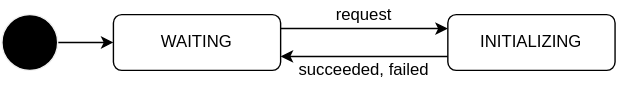
tier4/autoware-documentation keeps this draw.io diagram as pr-7/design/autoware-interfaces/ad-api/data/pose-initialization-state.drawio.svg. Above is the earlier version. Source tidied: cells renumbered, new cells last; positions are measured from the earlier drawing's top-left corner, leaving out a move shared by most shapes.
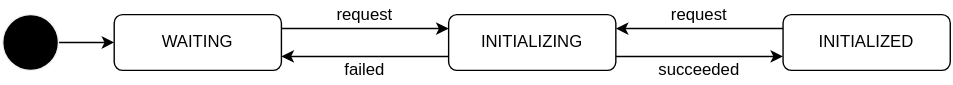
Above is the later version.

Change to the diagram source:
```diff
@@ -27,14 +27,39 @@
         </Array>
       </mxGeometry>
     </mxCell>
+    <mxCell id="10" style="edgeStyle=orthogonalEdgeStyle;html=1;rounded=0;" parent="1" edge="1" source="7" target="12">
+      <mxGeometry relative="1" as="geometry">
+        <Array as="points">
+          <mxPoint x="510" y="40" />
+          <mxPoint x="510" y="40" />
+        </Array>
+      </mxGeometry>
+    </mxCell>
     <mxCell id="7" value="INITIALIZING" style="rounded=1;whiteSpace=wrap;html=1;" parent="1" vertex="1">
       <mxGeometry x="320" y="10" width="120" height="40" as="geometry" />
     </mxCell>
     <mxCell id="8" value="request" style="text;html=1;strokeColor=none;fillColor=none;align=center;verticalAlign=middle;whiteSpace=wrap;rounded=0;" parent="1" vertex="1">
       <mxGeometry x="200" width="120" height="20" as="geometry" />
     </mxCell>
-    <mxCell id="9" value="succeeded, failed" style="text;html=1;strokeColor=none;fillColor=none;align=center;verticalAlign=middle;whiteSpace=wrap;rounded=0;" parent="1" vertex="1">
+    <mxCell id="9" value="failed" style="text;html=1;strokeColor=none;fillColor=none;align=center;verticalAlign=middle;whiteSpace=wrap;rounded=0;" parent="1" vertex="1">
       <mxGeometry x="200" y="40" width="120" height="20" as="geometry" />
     </mxCell>
+    <mxCell id="11" style="edgeStyle=orthogonalEdgeStyle;rounded=0;html=1;" parent="1" edge="1" source="12" target="7">
+      <mxGeometry relative="1" as="geometry">
+        <Array as="points">
+          <mxPoint x="500" y="20" />
+          <mxPoint x="500" y="20" />
+        </Array>
+      </mxGeometry>
+    </mxCell>
+    <mxCell id="12" value="INITIALIZED" style="rounded=1;whiteSpace=wrap;html=1;" parent="1" vertex="1">
+      <mxGeometry x="560" y="10" width="120" height="40" as="geometry" />
+    </mxCell>
+    <mxCell id="13" value="&lt;span style=&quot;font-family: &amp;#34;helvetica&amp;#34;&quot;&gt;succeeded&lt;/span&gt;" style="text;html=1;strokeColor=none;fillColor=none;align=center;verticalAlign=middle;whiteSpace=wrap;rounded=0;" parent="1" vertex="1">
+      <mxGeometry x="440" y="40" width="120" height="20" as="geometry" />
+    </mxCell>
+    <mxCell id="14" value="request" style="text;html=1;strokeColor=none;fillColor=none;align=center;verticalAlign=middle;whiteSpace=wrap;rounded=0;" parent="1" vertex="1">
+      <mxGeometry x="440" width="120" height="20" as="geometry" />
+    </mxCell>
   </root>
 </mxGraphModel>
```
